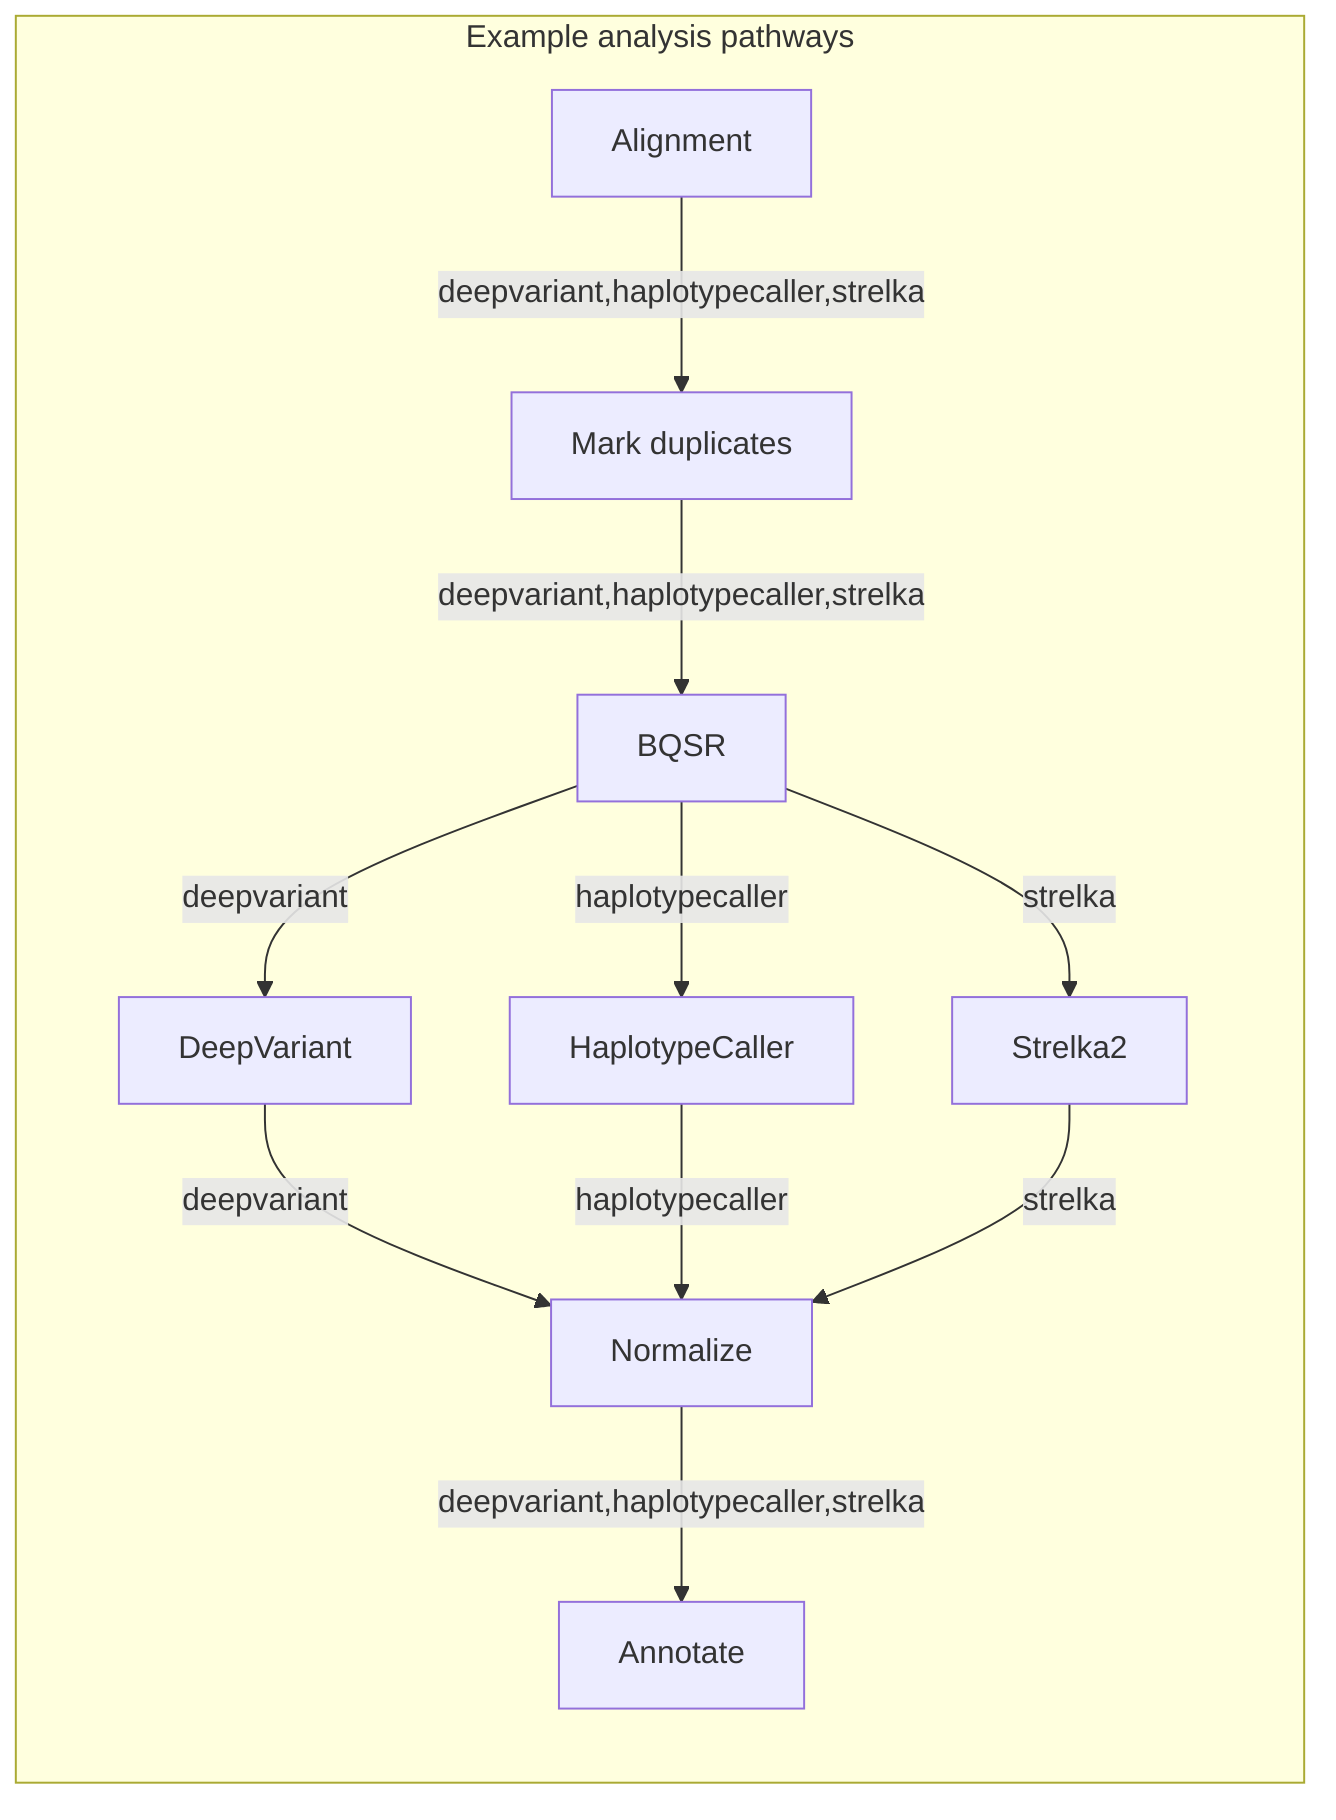
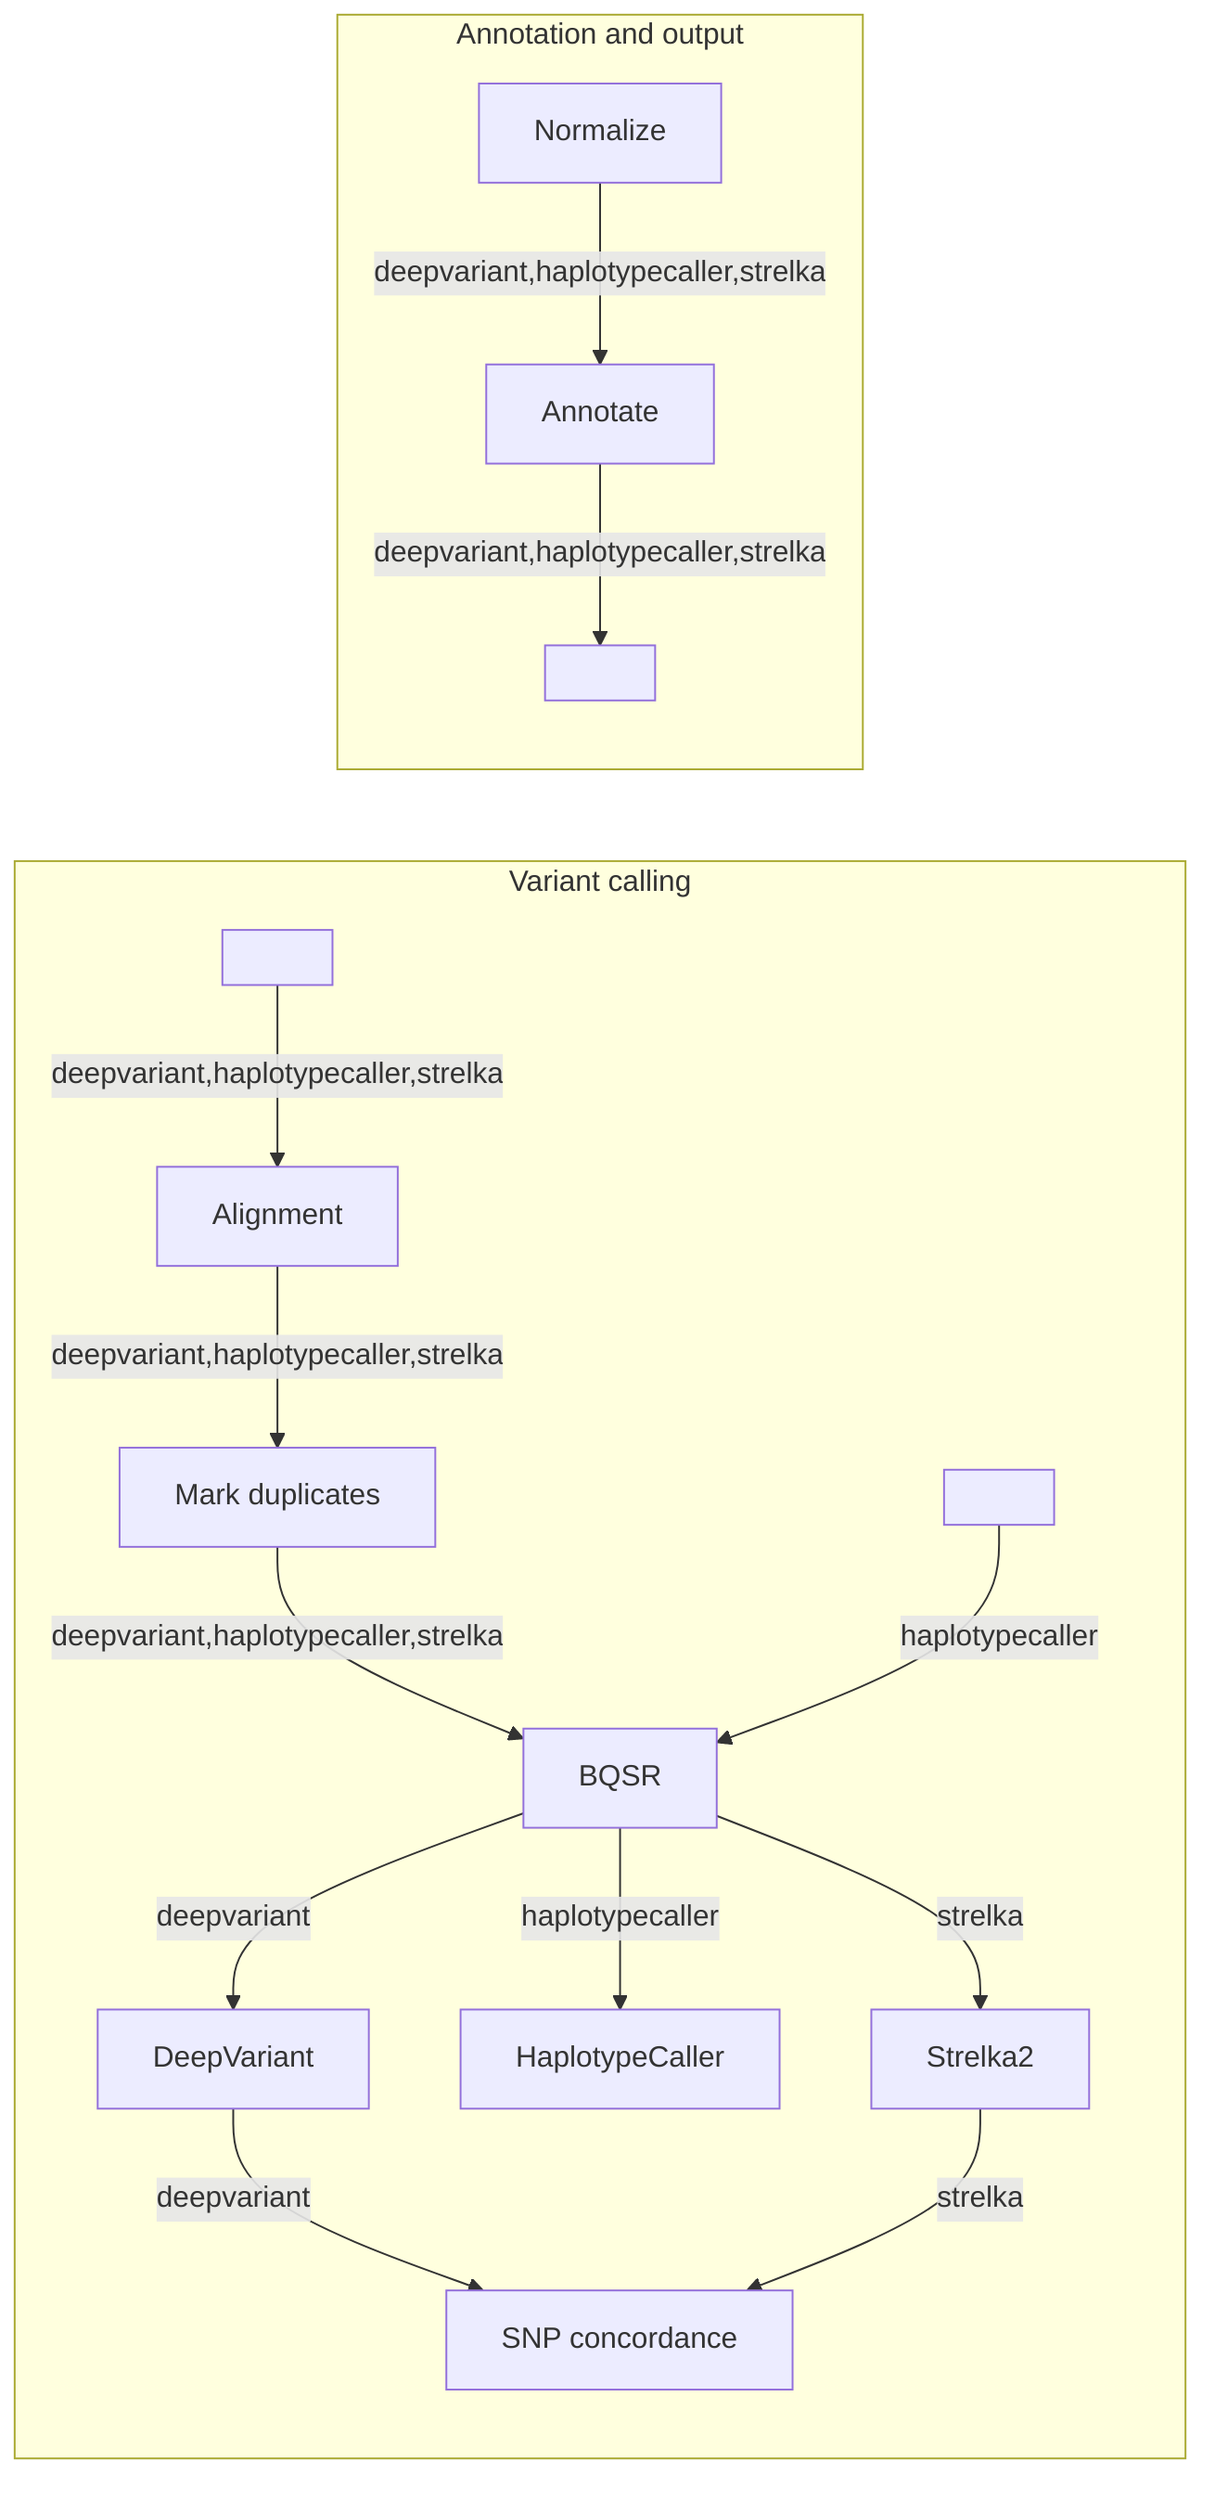
%%metro title: Rail mode: variant-calling pathways
%%metro style: dark
%%metro rail_mode: true
%%metro line: deepvariant | DeepVariant | #2db572
%%metro line: haplotypecaller | HaplotypeCaller (GATK) | #0570b0
%%metro line: strelka | Strelka2 | #e63946
%%metro legend: bl
+ %%metro file: cram_in | CRAM
+ %%metro file: samples_csv | CSV | Samples
+ %%metro file: vcf_out | VCF
+ %%metro off_track: samples_csv

graph LR
-     subgraph calling [Example analysis pathways]
+     subgraph calling [Variant calling]
+         cram_in[ ]
        align[Alignment]
        markdup[Mark duplicates]
        bqsr[BQSR]
+         samples_csv[ ]
        dv[DeepVariant]
        hc[HaplotypeCaller]
        strelka_call[Strelka2]
-         norm[Normalize]
-         vep[Annotate]
+         concord[SNP concordance]

+         cram_in -->|deepvariant,haplotypecaller,strelka| align
        align -->|deepvariant,haplotypecaller,strelka| markdup
        markdup -->|deepvariant,haplotypecaller,strelka| bqsr
+         samples_csv -->|haplotypecaller| bqsr

        bqsr -->|deepvariant| dv
        bqsr -->|haplotypecaller| hc
        bqsr -->|strelka| strelka_call

-         dv -->|deepvariant| norm
-         hc -->|haplotypecaller| norm
-         strelka_call -->|strelka| norm
+         dv -->|deepvariant| concord
+         strelka_call -->|strelka| concord
+     end
+ 
+     subgraph annotate [Annotation and output]
+         norm[Normalize]
+         vep[Annotate]
+         vcf_out[ ]

        norm -->|deepvariant,haplotypecaller,strelka| vep
+         vep -->|deepvariant,haplotypecaller,strelka| vcf_out
    end
